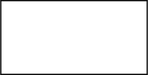
Above: expo-todo-list/diagrams/userFlow.drawio.svg in stan-dot/lully (draw.io), before the change. Source tidied: cells renumbered, new cells last; positions are measured from the earlier drawing's top-left corner, leaving out a move shared by most shapes.
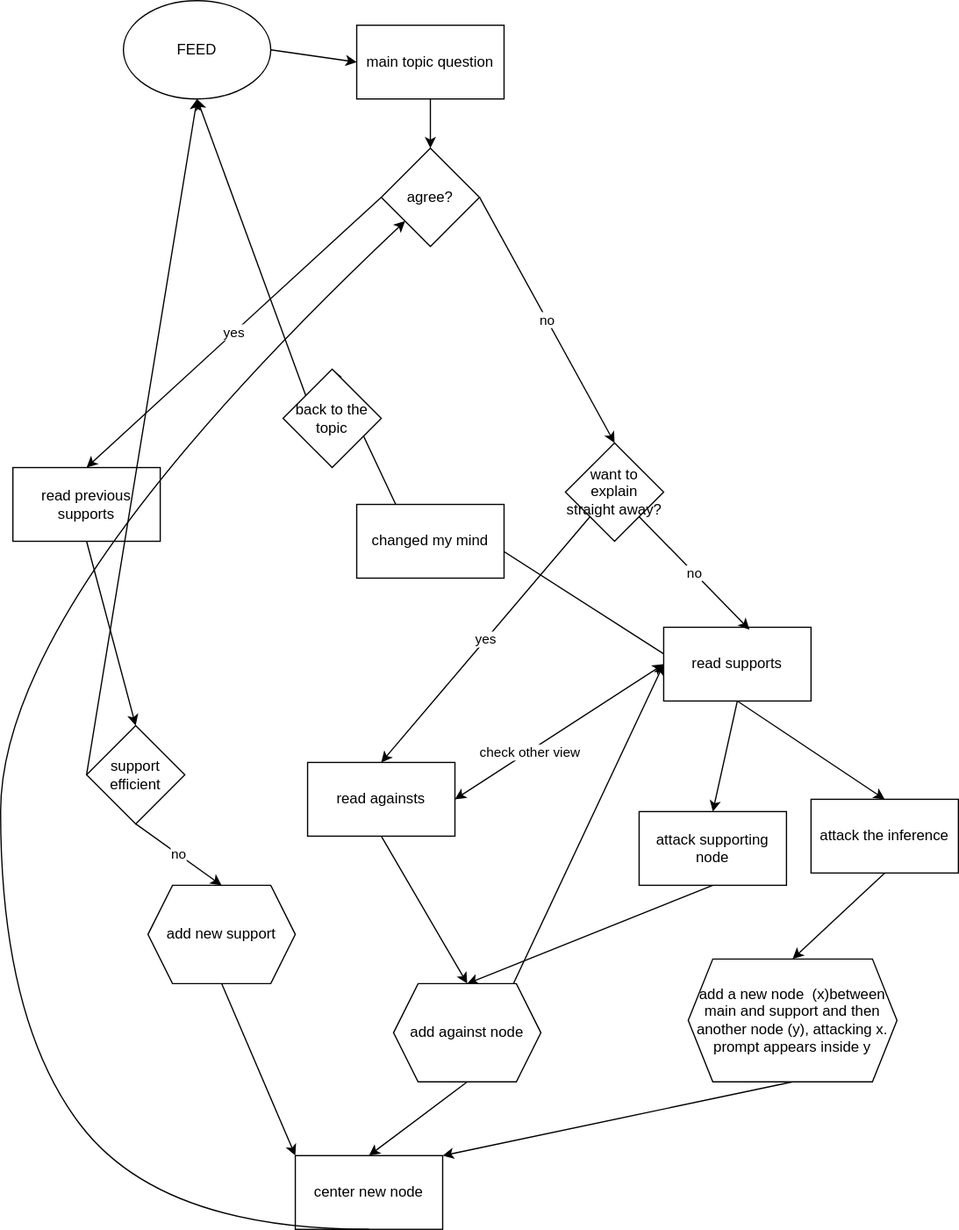
After the commit.

Commit message:
added full user flow diagrams

Change to the diagram source:
```diff
@@ -2,8 +2,131 @@
   <root>
     <mxCell id="0" />
     <mxCell id="1" parent="0" />
+    <mxCell id="3" style="edgeStyle=none;html=1;exitX=0.5;exitY=1;exitDx=0;exitDy=0;" parent="1" edge="1" source="2" target="21">
+      <mxGeometry relative="1" as="geometry" />
+    </mxCell>
-    <mxCell id="2" style="rounded=0;whiteSpace=wrap;html=1;" parent="1" vertex="1">
+    <mxCell id="2" value="main topic question" style="rounded=0;whiteSpace=wrap;html=1;" parent="1" vertex="1">
       <mxGeometry width="120" height="60" as="geometry" />
     </mxCell>
+    <mxCell id="4" style="edgeStyle=none;html=1;exitX=0.5;exitY=1;exitDx=0;exitDy=0;entryX=0.5;entryY=0;entryDx=0;entryDy=0;" parent="1" edge="1" source="7" target="11">
+      <mxGeometry relative="1" as="geometry" />
+    </mxCell>
+    <mxCell id="5" style="edgeStyle=none;html=1;exitX=0.5;exitY=1;exitDx=0;exitDy=0;entryX=0.5;entryY=0;entryDx=0;entryDy=0;" parent="1" edge="1" source="7" target="13">
+      <mxGeometry relative="1" as="geometry" />
+    </mxCell>
+    <mxCell id="6" style="edgeStyle=none;html=1;exitX=0.5;exitY=1;exitDx=0;exitDy=0;entryX=0.5;entryY=0;entryDx=0;entryDy=0;" parent="1" edge="1" source="7" target="9">
+      <mxGeometry relative="1" as="geometry" />
+    </mxCell>
+    <mxCell id="7" value="read supports" style="rounded=0;whiteSpace=wrap;html=1;" parent="1" vertex="1">
+      <mxGeometry x="250" y="490" width="120" height="60" as="geometry" />
+    </mxCell>
+    <mxCell id="8" style="edgeStyle=none;html=1;exitX=0.5;exitY=1;exitDx=0;exitDy=0;entryX=0.5;entryY=0;entryDx=0;entryDy=0;" parent="1" edge="1" source="9" target="31">
+      <mxGeometry relative="1" as="geometry" />
+    </mxCell>
+    <mxCell id="9" value="attack supporting node" style="rounded=0;whiteSpace=wrap;html=1;" parent="1" vertex="1">
+      <mxGeometry x="230" y="640" width="120" height="60" as="geometry" />
+    </mxCell>
+    <mxCell id="10" style="edgeStyle=none;html=1;exitX=0.5;exitY=1;exitDx=0;exitDy=0;entryX=0.5;entryY=0;entryDx=0;entryDy=0;" parent="1" edge="1" source="11" target="39">
+      <mxGeometry relative="1" as="geometry" />
+    </mxCell>
+    <mxCell id="11" value="attack the inference" style="rounded=0;whiteSpace=wrap;html=1;" parent="1" vertex="1">
+      <mxGeometry x="370" y="630" width="120" height="60" as="geometry" />
+    </mxCell>
+    <mxCell id="12" style="edgeStyle=none;html=1;exitX=0.5;exitY=1;exitDx=0;exitDy=0;entryX=0.5;entryY=0;entryDx=0;entryDy=0;" parent="1" edge="1" source="13" target="15">
+      <mxGeometry relative="1" as="geometry" />
+    </mxCell>
+    <mxCell id="13" value="changed my mind" style="rounded=0;whiteSpace=wrap;html=1;" parent="1" vertex="1">
+      <mxGeometry y="390" width="120" height="60" as="geometry" />
+    </mxCell>
+    <mxCell id="14" style="edgeStyle=none;html=1;exitX=0.5;exitY=1;exitDx=0;exitDy=0;entryX=0.5;entryY=1;entryDx=0;entryDy=0;" parent="1" edge="1" source="15" target="23">
+      <mxGeometry relative="1" as="geometry" />
+    </mxCell>
+    <mxCell id="15" value="back to the topic" style="rhombus;whiteSpace=wrap;html=1;" parent="1" vertex="1">
+      <mxGeometry x="-60" y="280" width="80" height="80" as="geometry" />
+    </mxCell>
+    <mxCell id="16" value="yes" style="edgeStyle=none;html=1;exitX=0;exitY=1;exitDx=0;exitDy=0;entryX=0.5;entryY=0;entryDx=0;entryDy=0;" parent="1" edge="1" source="18" target="35">
+      <mxGeometry relative="1" as="geometry" />
+    </mxCell>
+    <mxCell id="17" value="no" style="edgeStyle=none;html=1;exitX=1;exitY=1;exitDx=0;exitDy=0;entryX=0.582;entryY=0.031;entryDx=0;entryDy=0;entryPerimeter=0;" parent="1" edge="1" source="18" target="7">
+      <mxGeometry relative="1" as="geometry" />
+    </mxCell>
+    <mxCell id="18" value="want to explain straight away?" style="rhombus;whiteSpace=wrap;html=1;" parent="1" vertex="1">
+      <mxGeometry x="170" y="340" width="80" height="80" as="geometry" />
+    </mxCell>
+    <mxCell id="19" value="yes" style="edgeStyle=none;html=1;exitX=0;exitY=0.5;exitDx=0;exitDy=0;entryX=0.5;entryY=0;entryDx=0;entryDy=0;" parent="1" edge="1" source="21" target="25">
+      <mxGeometry relative="1" as="geometry" />
+    </mxCell>
+    <mxCell id="20" value="no" style="edgeStyle=none;html=1;exitX=1;exitY=0.5;exitDx=0;exitDy=0;entryX=0.5;entryY=0;entryDx=0;entryDy=0;" parent="1" edge="1" source="21" target="18">
+      <mxGeometry relative="1" as="geometry" />
+    </mxCell>
+    <mxCell id="21" value="agree?" style="rhombus;whiteSpace=wrap;html=1;" parent="1" vertex="1">
+      <mxGeometry x="20" y="100" width="80" height="80" as="geometry" />
+    </mxCell>
+    <mxCell id="22" style="edgeStyle=none;html=1;exitX=1;exitY=0.5;exitDx=0;exitDy=0;entryX=0;entryY=0.5;entryDx=0;entryDy=0;" parent="1" edge="1" source="23" target="2">
+      <mxGeometry relative="1" as="geometry" />
+    </mxCell>
+    <mxCell id="23" value="FEED" style="ellipse;whiteSpace=wrap;html=1;" parent="1" vertex="1">
+      <mxGeometry x="-190" y="-20" width="120" height="80" as="geometry" />
+    </mxCell>
+    <mxCell id="24" style="edgeStyle=none;html=1;exitX=0.5;exitY=1;exitDx=0;exitDy=0;entryX=0.5;entryY=0;entryDx=0;entryDy=0;" parent="1" edge="1" source="25" target="28">
+      <mxGeometry relative="1" as="geometry" />
+    </mxCell>
+    <mxCell id="25" value="read previous supports" style="rounded=0;whiteSpace=wrap;html=1;" parent="1" vertex="1">
+      <mxGeometry x="-280" y="360" width="120" height="60" as="geometry" />
+    </mxCell>
+    <mxCell id="26" value="no" style="edgeStyle=none;html=1;exitX=0.5;exitY=1;exitDx=0;exitDy=0;entryX=0.5;entryY=0;entryDx=0;entryDy=0;" parent="1" edge="1" source="28" target="33">
+      <mxGeometry relative="1" as="geometry" />
+    </mxCell>
+    <mxCell id="27" style="edgeStyle=none;html=1;exitX=0;exitY=0.5;exitDx=0;exitDy=0;entryX=0.5;entryY=1;entryDx=0;entryDy=0;" parent="1" edge="1" source="28" target="23">
+      <mxGeometry relative="1" as="geometry" />
+    </mxCell>
+    <mxCell id="28" value="support efficient" style="rhombus;whiteSpace=wrap;html=1;" parent="1" vertex="1">
+      <mxGeometry x="-220" y="570" width="80" height="80" as="geometry" />
+    </mxCell>
+    <mxCell id="29" style="edgeStyle=none;html=1;exitX=0.5;exitY=1;exitDx=0;exitDy=0;entryX=0;entryY=0.5;entryDx=0;entryDy=0;" parent="1" edge="1" source="31" target="7">
+      <mxGeometry relative="1" as="geometry" />
+    </mxCell>
+    <mxCell id="30" style="edgeStyle=none;html=1;exitX=0.5;exitY=1;exitDx=0;exitDy=0;entryX=0.5;entryY=0;entryDx=0;entryDy=0;" parent="1" edge="1" source="31" target="40">
+      <mxGeometry relative="1" as="geometry" />
+    </mxCell>
+    <mxCell id="31" value="add against node" style="shape=hexagon;perimeter=hexagonPerimeter2;whiteSpace=wrap;html=1;fixedSize=1;" parent="1" vertex="1">
+      <mxGeometry x="30" y="780" width="120" height="80" as="geometry" />
+    </mxCell>
+    <mxCell id="32" style="edgeStyle=none;html=1;exitX=0.5;exitY=1;exitDx=0;exitDy=0;entryX=0;entryY=0;entryDx=0;entryDy=0;" parent="1" edge="1" source="33" target="40">
+      <mxGeometry relative="1" as="geometry" />
+    </mxCell>
+    <mxCell id="33" value="add new support" style="shape=hexagon;perimeter=hexagonPerimeter2;whiteSpace=wrap;html=1;fixedSize=1;" parent="1" vertex="1">
+      <mxGeometry x="-170" y="700" width="120" height="80" as="geometry" />
+    </mxCell>
+    <mxCell id="34" style="edgeStyle=none;html=1;exitX=0.5;exitY=1;exitDx=0;exitDy=0;entryX=0.5;entryY=0;entryDx=0;entryDy=0;" parent="1" edge="1" source="35" target="31">
+      <mxGeometry relative="1" as="geometry" />
+    </mxCell>
+    <mxCell id="35" value="read againsts" style="rounded=0;whiteSpace=wrap;html=1;" parent="1" vertex="1">
+      <mxGeometry x="-40" y="600" width="120" height="60" as="geometry" />
+    </mxCell>
+    <mxCell id="36" style="endArrow=classic;startArrow=classic;html=1;exitX=1;exitY=0.5;exitDx=0;exitDy=0;entryX=0;entryY=0.5;entryDx=0;entryDy=0;" parent="1" edge="1" source="35" target="7">
+      <mxGeometry relative="1" as="geometry" />
+    </mxCell>
+    <mxCell id="37" value="check other view" style="edgeLabel;html=1;align=center;verticalAlign=middle;" parent="36" vertex="1">
+      <mxGeometry x="-0.29" y="-1" relative="1" as="geometry" />
+    </mxCell>
+    <mxCell id="38" style="edgeStyle=none;html=1;exitX=0.5;exitY=1;exitDx=0;exitDy=0;entryX=1;entryY=0;entryDx=0;entryDy=0;" parent="1" edge="1" source="39" target="40">
+      <mxGeometry relative="1" as="geometry" />
+    </mxCell>
+    <mxCell id="39" value="add a new node&amp;nbsp; (x)between main and support and then another node (y), attacking x. prompt appears inside y" style="shape=hexagon;perimeter=hexagonPerimeter2;whiteSpace=wrap;html=1;fixedSize=1;" parent="1" vertex="1">
+      <mxGeometry x="270" y="760" width="170" height="100" as="geometry" />
+    </mxCell>
+    <mxCell id="40" value="center new node" style="rounded=0;whiteSpace=wrap;html=1;" parent="1" vertex="1">
+      <mxGeometry x="-50" y="920" width="120" height="60" as="geometry" />
+    </mxCell>
+    <mxCell id="41" style="curved=1;endArrow=classic;html=1;exitX=0.5;exitY=1;exitDx=0;exitDy=0;" parent="1" edge="1" source="40" target="21">
+      <mxGeometry relative="1" as="geometry">
+        <Array as="points">
+          <mxPoint x="-160" y="980" />
+          <mxPoint x="-290" y="810" />
+          <mxPoint x="-290" y="470" />
+        </Array>
+      </mxGeometry>
+    </mxCell>
   </root>
 </mxGraphModel>
```
